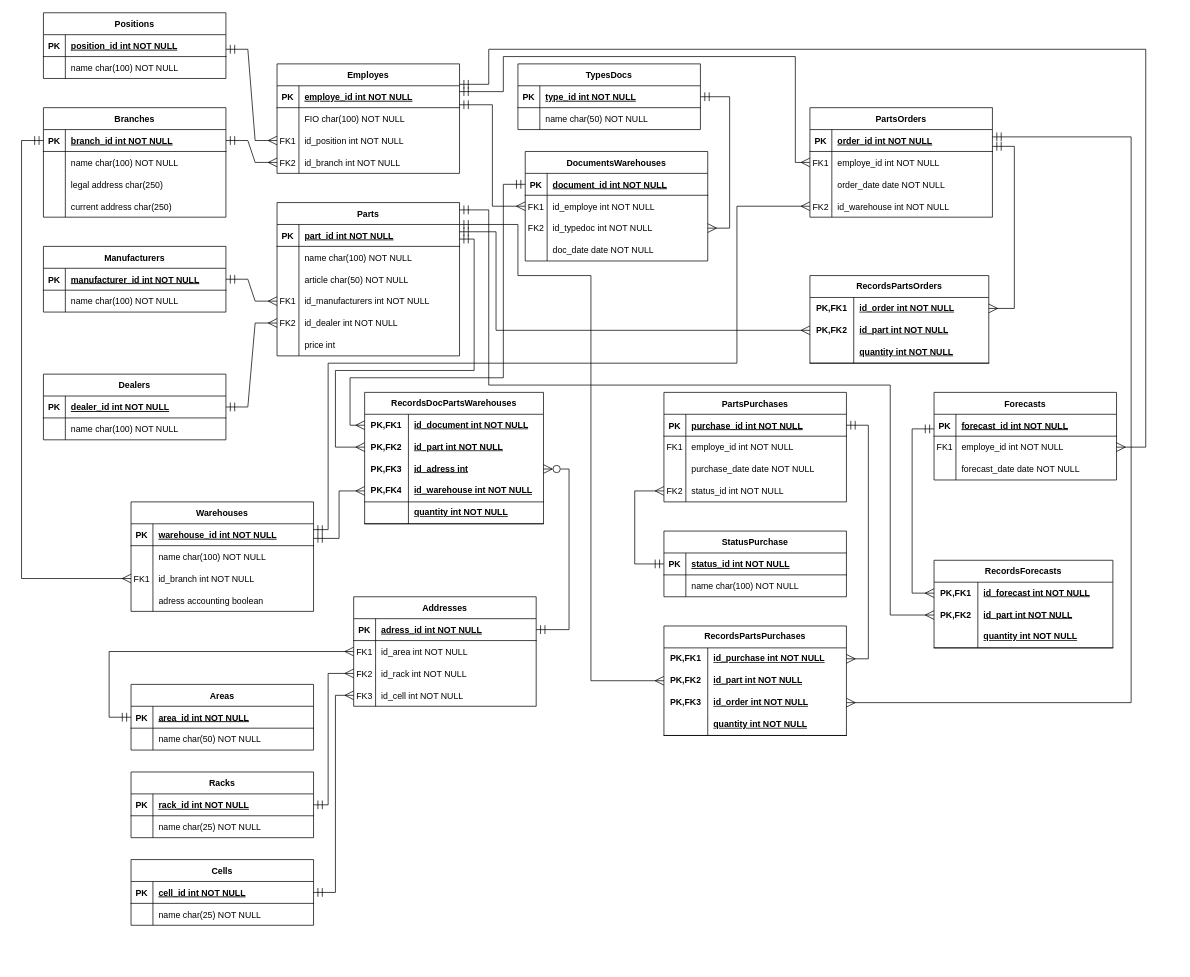
aapoplavskii/Project_Otus_SA keeps this draw.io diagram as ER diagram.drawio. Above is the earlier version. Source tidied: cells renumbered, new cells numbered last; positions are measured from the earlier drawing's top-left corner, leaving out a move shared by most shapes. Both pictures are drawn from the tidied source at 73%, with x=0, y=0 at pixel (21, 12).
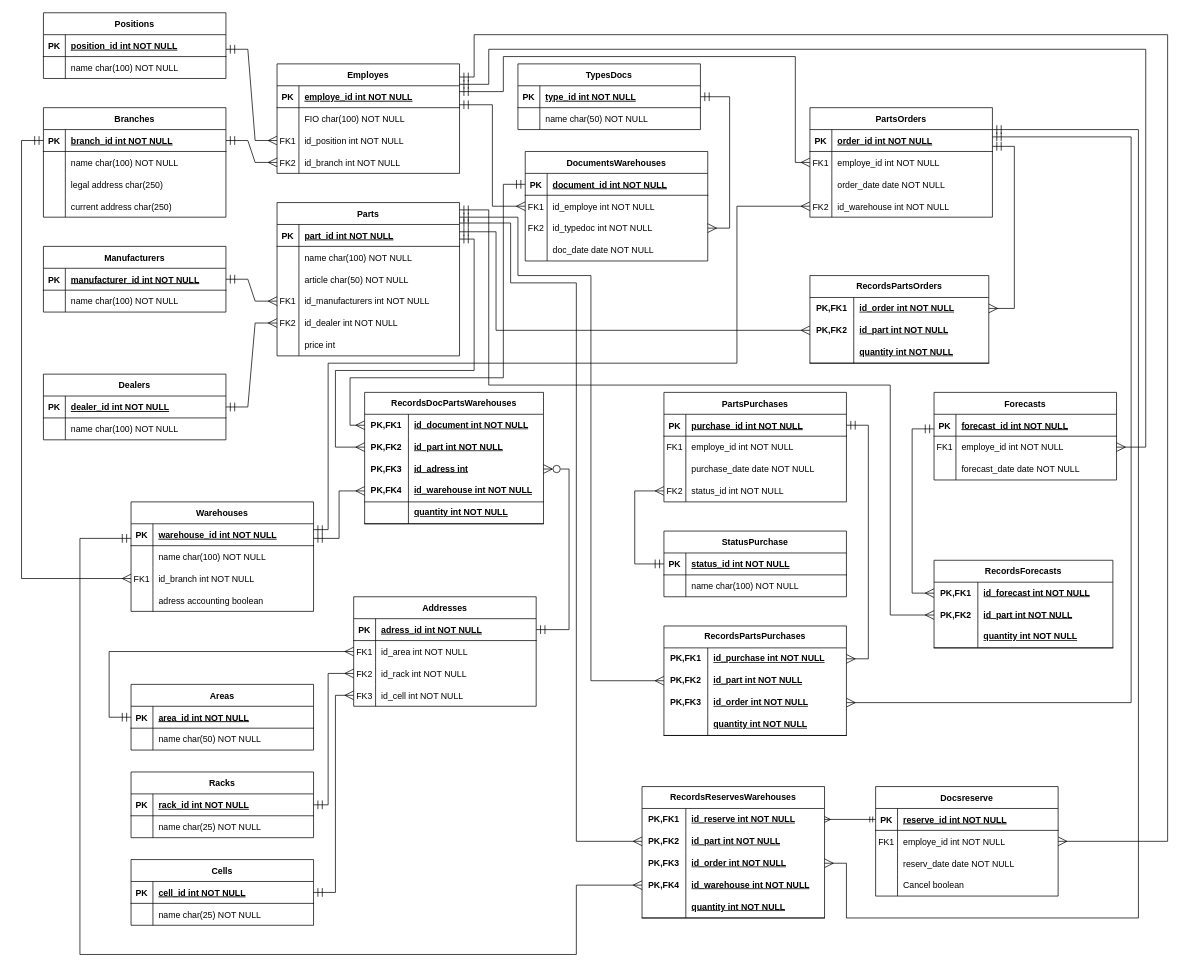
After the change.

Commit message (it also covers changes not shown here):
доделал ER модель, добавил везде резерв

The change refers to these unchanged cells:
```xml
<mxCell id="50" value="Parts" style="shape=table;startSize=30;childLayout=tableLayout;rowLines=0;fontStyle=1;align=center;" parent="1" vertex="1">
  <mxGeometry x="350" y="260" width="250" height="210" as="geometry" />
</mxCell>
<mxCell id="86" style="shape=partialRectangle;fillColor=none;points=[[0,0.5],[1,0.5]];portConstraint=eastwest;top=0;left=0;right=0;bottom=1;" parent="85" vertex="1">
  <mxGeometry y="30" width="250" height="30" as="geometry" />
</mxCell>
<mxCell id="209" style="shape=tableRow;horizontal=0;startSize=0;swimlaneHead=0;swimlaneBody=0;fillColor=none;points=[[0,0.5],[1,0.5]];portConstraint=eastwest;top=0;left=0;right=0;bottom=0;html=1;" parent="205" vertex="1">
  <mxGeometry y="60" width="250" height="30" as="geometry" />
</mxCell>
```

Diff of the diagram source:
```diff
@@
-    <mxCell id="219" style="fontSize=12;html=1;endArrow=ERmany;startArrow=ERmandOne;rounded=0;endSize=10;startSize=10;endFill=0;entryX=0;entryY=0.5;entryDx=0;entryDy=0;edgeStyle=orthogonalEdgeStyle;" parent="1" edge="1" target="209">
+    <mxCell id="219" style="fontSize=12;html=1;endArrow=ERmany;startArrow=ERmandOne;rounded=0;endSize=10;startSize=10;endFill=0;entryX=0;entryY=0.5;entryDx=0;entryDy=0;edgeStyle=orthogonalEdgeStyle;" parent="1" edge="1" source="50" target="209">
       <mxGeometry relative="1" as="geometry">
-        <mxPoint x="600" y="290" as="sourcePoint" />
         <Array as="points">
-          <mxPoint x="680" y="290" />
+          <mxPoint x="680" y="280" />
           <mxPoint x="680" y="360" />
           <mxPoint x="780" y="360" />
           <mxPoint x="780" y="915" />
         </Array>
       </mxGeometry>
     </mxCell>
@@
+    <mxCell id="252" value="Docsreserve" style="shape=table;startSize=30;childLayout=tableLayout;rowLines=0;fontStyle=1;align=center;" parent="1" vertex="1">
+      <mxGeometry x="1170" y="1060" width="250" height="150" as="geometry" />
+    </mxCell>
+    <mxCell id="253" style="shape=partialRectangle;fillColor=none;points=[[0,0.5],[1,0.5]];portConstraint=eastwest;top=0;left=0;right=0;bottom=1;" parent="252" vertex="1">
+      <mxGeometry y="30" width="250" height="30" as="geometry" />
+    </mxCell>
+    <mxCell id="254" value="PK" style="shape=partialRectangle;overflow=hidden;fillColor=none;top=0;left=0;bottom=0;right=0;fontStyle=1;" parent="253" vertex="1">
+      <mxGeometry width="30" height="30" as="geometry" />
+    </mxCell>
+    <mxCell id="255" value="reserve_id int NOT NULL " style="shape=partialRectangle;overflow=hidden;fillColor=none;top=0;left=0;bottom=0;right=0;align=left;spacingLeft=6;fontStyle=5;" parent="253" vertex="1">
+      <mxGeometry x="30" width="220" height="30" as="geometry" />
+    </mxCell>
+    <mxCell id="256" style="shape=partialRectangle;fillColor=none;points=[[0,0.5],[1,0.5]];portConstraint=eastwest;top=0;left=0;right=0;bottom=0;" parent="252" vertex="1">
+      <mxGeometry y="60" width="250" height="30" as="geometry" />
+    </mxCell>
+    <mxCell id="257" value="FK1" style="shape=partialRectangle;overflow=hidden;fillColor=none;top=0;left=0;bottom=0;right=0;" parent="256" vertex="1">
+      <mxGeometry width="30" height="30" as="geometry" />
+    </mxCell>
+    <mxCell id="258" value="employe_id int NOT NULL" style="shape=partialRectangle;overflow=hidden;fillColor=none;top=0;left=0;bottom=0;right=0;align=left;spacingLeft=6;" parent="256" vertex="1">
+      <mxGeometry x="30" width="220" height="30" as="geometry" />
+    </mxCell>
+    <mxCell id="259" style="shape=partialRectangle;fillColor=none;top=0;left=0;right=0;bottom=0;" parent="252" vertex="1">
+      <mxGeometry y="90" width="250" height="30" as="geometry" />
+    </mxCell>
+    <mxCell id="260" style="shape=partialRectangle;overflow=hidden;fillColor=none;top=0;left=0;bottom=0;right=0;" parent="259" vertex="1">
+      <mxGeometry width="30" height="30" as="geometry" />
+    </mxCell>
+    <mxCell id="261" value="reserv_date date NOT NULL" style="shape=partialRectangle;overflow=hidden;fillColor=none;top=0;left=0;bottom=0;right=0;align=left;spacingLeft=6;" parent="259" vertex="1">
+      <mxGeometry x="30" width="220" height="30" as="geometry" />
+    </mxCell>
+    <mxCell id="262" style="shape=partialRectangle;fillColor=none;top=0;left=0;right=0;bottom=0;" parent="252" vertex="1">
+      <mxGeometry y="120" width="250" height="30" as="geometry" />
+    </mxCell>
+    <mxCell id="263" style="shape=partialRectangle;overflow=hidden;fillColor=none;top=0;left=0;bottom=0;right=0;" parent="262" vertex="1">
+      <mxGeometry width="30" height="30" as="geometry" />
+    </mxCell>
+    <mxCell id="264" value="Cancel boolean" style="shape=partialRectangle;overflow=hidden;fillColor=none;top=0;left=0;bottom=0;right=0;align=left;spacingLeft=6;" parent="262" vertex="1">
+      <mxGeometry x="30" width="220" height="30" as="geometry" />
+    </mxCell>
+    <mxCell id="265" value="RecordsReservesWarehouses" style="shape=table;startSize=30;childLayout=tableLayout;rowLines=0;fontStyle=1;align=center;html=1;whiteSpace=wrap;" parent="1" vertex="1">
+      <mxGeometry x="850" y="1060" width="250" height="180" as="geometry" />
+    </mxCell>
+    <mxCell id="266" style="shape=tableRow;horizontal=0;startSize=0;swimlaneHead=0;swimlaneBody=0;fillColor=none;points=[[0,0.5],[1,0.5]];portConstraint=eastwest;top=0;left=0;right=0;bottom=0;html=1;" parent="265" vertex="1">
+      <mxGeometry y="30" width="250" height="30" as="geometry" />
+    </mxCell>
+    <mxCell id="267" value="PK,FK1" style="shape=partialRectangle;fillColor=none;top=0;left=0;bottom=0;right=0;fontStyle=1;overflow=hidden;html=1;whiteSpace=wrap;" parent="266" vertex="1">
+      <mxGeometry width="60" height="30" as="geometry" />
+    </mxCell>
+    <mxCell id="268" value="id_reserve int NOT NULL" style="shape=partialRectangle;fillColor=none;top=0;left=0;bottom=0;right=0;align=left;spacingLeft=6;fontStyle=5;overflow=hidden;html=1;whiteSpace=wrap;" parent="266" vertex="1">
+      <mxGeometry x="60" width="190" height="30" as="geometry" />
+    </mxCell>
+    <mxCell id="269" style="shape=tableRow;horizontal=0;startSize=0;swimlaneHead=0;swimlaneBody=0;fillColor=none;points=[[0,0.5],[1,0.5]];portConstraint=eastwest;top=0;left=0;right=0;bottom=0;html=1;" parent="265" vertex="1">
+      <mxGeometry y="60" width="250" height="30" as="geometry" />
+    </mxCell>
+    <mxCell id="270" value="PK,FK2" style="shape=partialRectangle;fillColor=none;top=0;left=0;bottom=0;right=0;fontStyle=1;overflow=hidden;html=1;whiteSpace=wrap;" parent="269" vertex="1">
+      <mxGeometry width="60" height="30" as="geometry" />
+    </mxCell>
+    <mxCell id="271" value="id_part int NOT NULL" style="shape=partialRectangle;fillColor=none;top=0;left=0;bottom=0;right=0;align=left;spacingLeft=6;fontStyle=5;overflow=hidden;html=1;whiteSpace=wrap;" parent="269" vertex="1">
+      <mxGeometry x="60" width="190" height="30" as="geometry" />
+    </mxCell>
+    <mxCell id="272" style="shape=tableRow;horizontal=0;startSize=0;swimlaneHead=0;swimlaneBody=0;fillColor=none;points=[[0,0.5],[1,0.5]];portConstraint=eastwest;top=0;left=0;right=0;bottom=0;html=1;" parent="265" vertex="1">
+      <mxGeometry y="90" width="250" height="30" as="geometry" />
+    </mxCell>
+    <mxCell id="273" value="PK,FK3" style="shape=partialRectangle;fillColor=none;top=0;left=0;bottom=0;right=0;fontStyle=1;overflow=hidden;html=1;whiteSpace=wrap;" parent="272" vertex="1">
+      <mxGeometry width="60" height="30" as="geometry" />
+    </mxCell>
+    <mxCell id="274" value="id_order int NOT NULL" style="shape=partialRectangle;fillColor=none;top=0;left=0;bottom=0;right=0;align=left;spacingLeft=6;fontStyle=5;overflow=hidden;html=1;whiteSpace=wrap;" parent="272" vertex="1">
+      <mxGeometry x="60" width="190" height="30" as="geometry" />
+    </mxCell>
+    <mxCell id="275" style="shape=tableRow;horizontal=0;startSize=0;swimlaneHead=0;swimlaneBody=0;fillColor=none;points=[[0,0.5],[1,0.5]];portConstraint=eastwest;top=0;left=0;right=0;bottom=0;html=1;" parent="265" vertex="1">
+      <mxGeometry y="120" width="250" height="30" as="geometry" />
+    </mxCell>
+    <mxCell id="276" value="PK,FK4" style="shape=partialRectangle;fillColor=none;top=0;left=0;bottom=0;right=0;fontStyle=1;overflow=hidden;html=1;whiteSpace=wrap;" parent="275" vertex="1">
+      <mxGeometry width="60" height="30" as="geometry" />
+    </mxCell>
+    <mxCell id="277" value="id_warehouse int NOT NULL" style="shape=partialRectangle;fillColor=none;top=0;left=0;bottom=0;right=0;align=left;spacingLeft=6;fontStyle=5;overflow=hidden;html=1;whiteSpace=wrap;" parent="275" vertex="1">
+      <mxGeometry x="60" width="190" height="30" as="geometry" />
+    </mxCell>
+    <mxCell id="278" style="shape=tableRow;horizontal=0;startSize=0;swimlaneHead=0;swimlaneBody=0;fillColor=none;top=0;left=0;right=0;bottom=1;html=1;" parent="265" vertex="1">
+      <mxGeometry y="150" width="250" height="30" as="geometry" />
+    </mxCell>
+    <mxCell id="279" style="shape=partialRectangle;fillColor=none;top=0;left=0;bottom=0;right=0;fontStyle=1;overflow=hidden;html=1;whiteSpace=wrap;" parent="278" vertex="1">
+      <mxGeometry width="60" height="30" as="geometry" />
+    </mxCell>
+    <mxCell id="280" value="quantity int NOT NULL" style="shape=partialRectangle;fillColor=none;top=0;left=0;bottom=0;right=0;align=left;spacingLeft=6;fontStyle=5;overflow=hidden;html=1;whiteSpace=wrap;" parent="278" vertex="1">
+      <mxGeometry x="60" width="190" height="30" as="geometry" />
+    </mxCell>
+    <mxCell id="281" style="edgeStyle=orthogonalEdgeStyle;rounded=0;jettySize=auto;html=1;startArrow=ERmany;startFill=0;endArrow=ERmandOne;endFill=0;" parent="1" edge="1" source="266" target="253">
+      <mxGeometry relative="1" as="geometry" />
+    </mxCell>
+    <mxCell id="282" style="fontSize=12;html=1;endArrow=ERmany;startArrow=ERmandOne;rounded=0;endSize=10;startSize=10;endFill=0;entryX=1;entryY=0.5;entryDx=0;entryDy=0;exitX=1;exitY=0.267;exitDx=0;exitDy=0;exitPerimeter=0;edgeStyle=orthogonalEdgeStyle;" parent="1" edge="1" target="256">
+      <mxGeometry relative="1" as="geometry">
+        <mxPoint x="600" y="88" as="sourcePoint" />
+        <Array as="points">
+          <mxPoint x="620" y="88" />
+          <mxPoint x="620" y="30" />
+          <mxPoint x="1570" y="30" />
+          <mxPoint x="1570" y="1135" />
+        </Array>
+      </mxGeometry>
+    </mxCell>
+    <mxCell id="283" style="fontSize=12;html=1;endArrow=ERmany;startArrow=ERmandOne;rounded=0;endSize=10;startSize=10;endFill=0;entryX=0;entryY=0.5;entryDx=0;entryDy=0;edgeStyle=orthogonalEdgeStyle;" parent="1" edge="1" source="50" target="269">
+      <mxGeometry relative="1" as="geometry">
+        <Array as="points">
+          <mxPoint x="670" y="288" />
+          <mxPoint x="670" y="370" />
+          <mxPoint x="760" y="370" />
+          <mxPoint x="760" y="1135" />
+        </Array>
+      </mxGeometry>
+    </mxCell>
+    <mxCell id="284" style="edgeStyle=orthogonalEdgeStyle;fontSize=12;html=1;endArrow=ERmandOne;rounded=0;exitX=0;exitY=0.5;exitDx=0;exitDy=0;endSize=10;startSize=10;startArrow=ERmany;startFill=0;endFill=0;" parent="1" edge="1" source="275" target="86">
+      <mxGeometry relative="1" as="geometry">
+        <Array as="points">
+          <mxPoint x="760" y="1195" />
+          <mxPoint x="760" y="1290" />
+          <mxPoint x="80" y="1290" />
+          <mxPoint x="80" y="720" />
+        </Array>
+      </mxGeometry>
+    </mxCell>
+    <mxCell id="285" style="fontSize=12;html=1;endArrow=ERmany;startArrow=ERmandOne;rounded=0;endSize=10;startSize=10;endFill=0;edgeStyle=orthogonalEdgeStyle;" parent="1" edge="1" target="272">
+      <mxGeometry relative="1" as="geometry">
+        <mxPoint x="1330" y="160" as="sourcePoint" />
+        <Array as="points">
+          <mxPoint x="1530" y="160" />
+          <mxPoint x="1530" y="1240" />
+          <mxPoint x="1130" y="1240" />
+          <mxPoint x="1130" y="1165" />
+        </Array>
+      </mxGeometry>
+    </mxCell>
```
